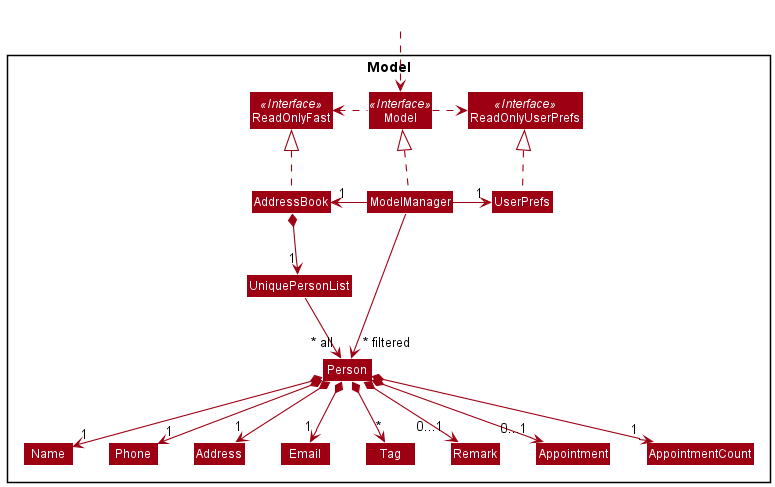
The PlantUML diagram docs/images/ModelClassDiagram.png in nus-cs2103-AY2122S1/tp, before a commit.
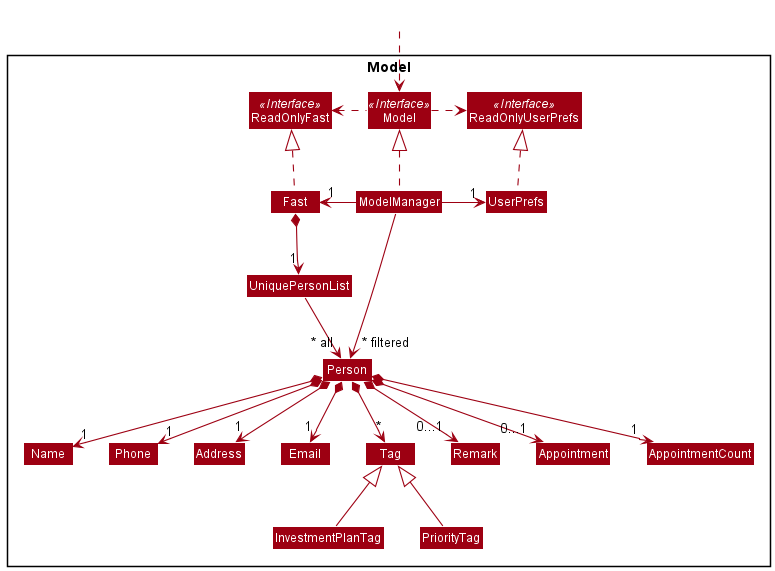
Above is the later version.

Commit message:
DG update 3 (Model, Storage, Common) (minor)

Diff of the diagram source:
```diff
@@ -8,7 +8,7 @@
 Interface ReadOnlyFast <<Interface>>
 Interface ReadOnlyUserPrefs <<Interface>>
 Interface Model <<Interface>>
-Class AddressBook
+Class Fast
 Class ReadOnlyFast
 Class Model
 Class ModelManager
@@ -26,22 +26,23 @@
 Class Remark
 Class Appointment
 Class AppointmentCount
-
+Class InvestmentPlanTag
+Class PriorityTag
 }
 
 Class HiddenOutside #FFFFFF
 HiddenOutside ..> Model
 
-AddressBook .up.|> ReadOnlyFast
+Fast .up.|> ReadOnlyFast
 
 ModelManager .up.|> Model
 Model .right.> ReadOnlyUserPrefs
 Model .left.> ReadOnlyFast
-ModelManager -left-> "1" AddressBook
+ModelManager -left-> "1" Fast
 ModelManager -right-> "1" UserPrefs
 UserPrefs .up.|> ReadOnlyUserPrefs
 
-AddressBook *--> "1" UniquePersonList
+Fast *--> "1" UniquePersonList
 UniquePersonList --> "~* all" Person
 Person *--> "1"Name
 Person *--> "1"Phone
@@ -56,5 +57,8 @@
 Phone -[hidden]right-> Address
 Address -[hidden]right-> Email
 
+Tag <|-down- InvestmentPlanTag
+Tag <|-down- PriorityTag
+
 ModelManager -->"~* filtered" Person
 @enduml
```
